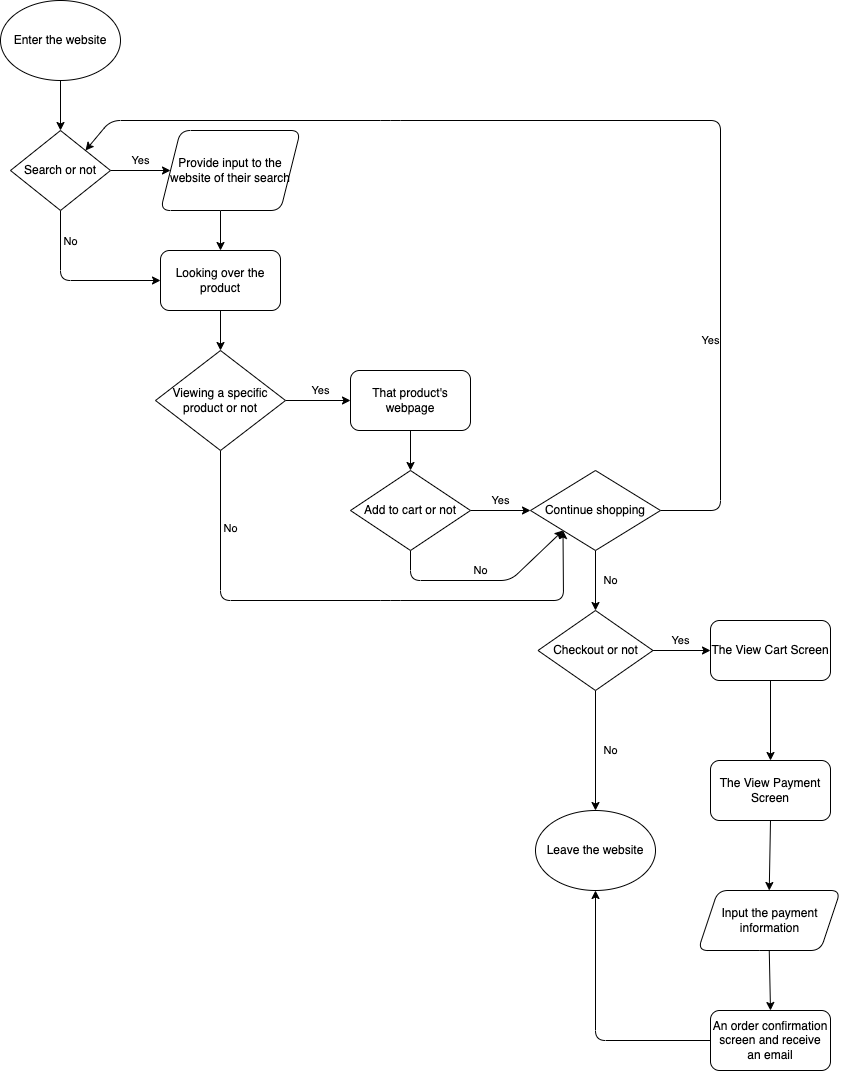
Earlier version of the draw.io export explore/diagramming/diagram.drawio.png (VickyShu/fa22-cse110-lab4). Source tidied: cells renumbered, new cells last; positions are measured from the earlier drawing's top-left corner, leaving out a move shared by most shapes.
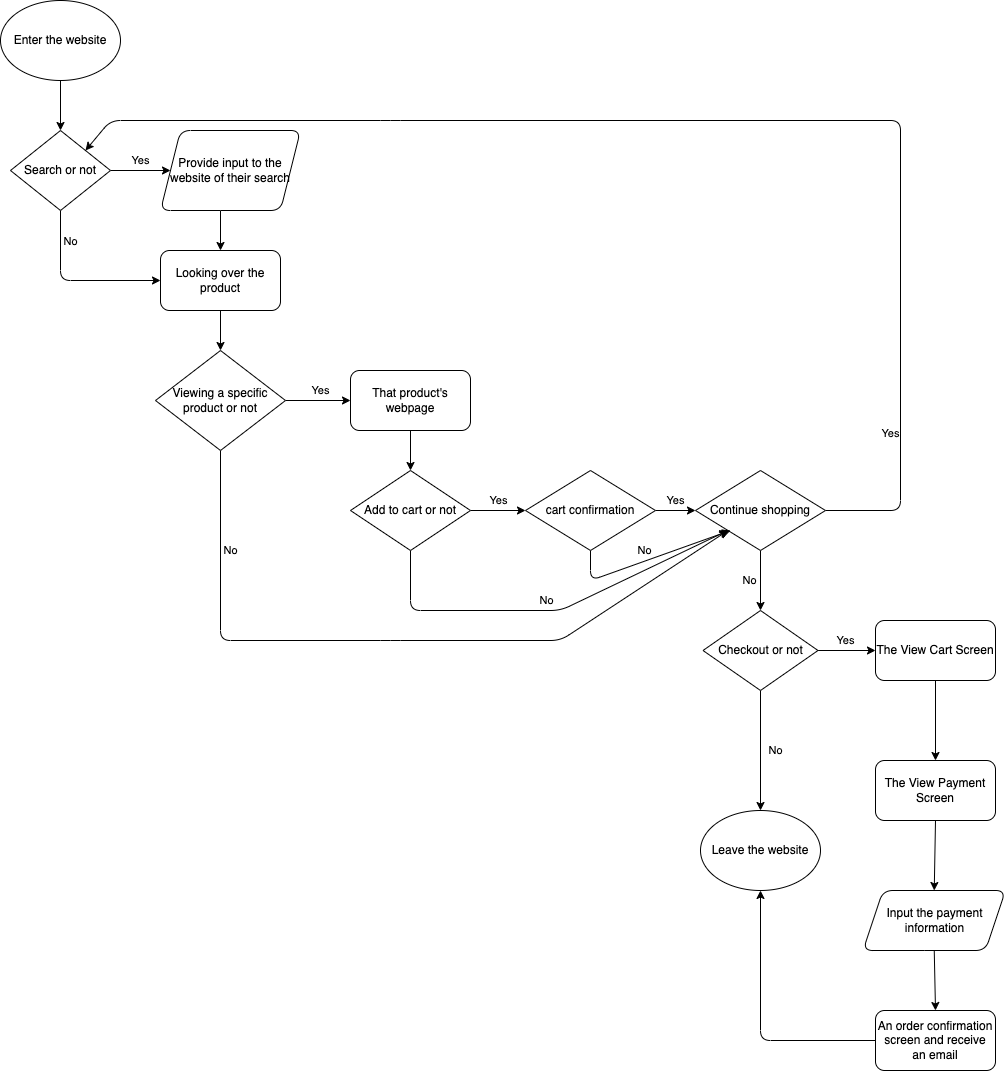
After the change.

Diff of the diagram source:
```diff
@@ -42,9 +42,9 @@
     <mxCell id="12" value="No" style="edgeStyle=none;html=1;exitX=0.5;exitY=1;exitDx=0;exitDy=0;entryX=0;entryY=1;entryDx=0;entryDy=0;" parent="1" edge="1" source="13" target="21">
       <mxGeometry x="-0.73" y="10" relative="1" as="geometry">
         <Array as="points">
-          <mxPoint x="220" y="600" />
-          <mxPoint x="390" y="600" />
-          <mxPoint x="563" y="600" />
+          <mxPoint x="220" y="640" />
+          <mxPoint x="390" y="640" />
+          <mxPoint x="560" y="640" />
         </Array>
       </mxGeometry>
     </mxCell>
@@ -57,14 +57,14 @@
     <mxCell id="15" value="That product's webpage" style="rounded=1;whiteSpace=wrap;html=1;" parent="1" vertex="1">
       <mxGeometry x="350" y="370" width="120" height="60" as="geometry" />
     </mxCell>
-    <mxCell id="16" value="Yes" style="edgeStyle=none;html=1;exitX=1;exitY=0.5;exitDx=0;exitDy=0;entryX=0;entryY=0.5;entryDx=0;entryDy=0;" parent="1" edge="1" source="18" target="21">
+    <mxCell id="16" value="Yes" style="edgeStyle=none;html=1;exitX=1;exitY=0.5;exitDx=0;exitDy=0;entryX=0;entryY=0.5;entryDx=0;entryDy=0;" parent="1" edge="1" source="18" target="36">
       <mxGeometry y="10" relative="1" as="geometry" />
     </mxCell>
     <mxCell id="17" value="No" style="edgeStyle=none;html=1;exitX=0.5;exitY=1;exitDx=0;exitDy=0;entryX=0;entryY=1;entryDx=0;entryDy=0;" parent="1" edge="1" source="18" target="21">
       <mxGeometry x="-0.01" y="10" relative="1" as="geometry">
         <Array as="points">
-          <mxPoint x="410" y="580" />
-          <mxPoint x="510" y="580" />
+          <mxPoint x="410" y="610" />
+          <mxPoint x="560" y="610" />
         </Array>
       </mxGeometry>
     </mxCell>
@@ -72,20 +72,21 @@
       <mxGeometry x="350" y="470" width="120" height="80" as="geometry" />
     </mxCell>
     <mxCell id="19" value="Yes" style="edgeStyle=none;html=1;exitX=1;exitY=0.5;exitDx=0;exitDy=0;entryX=1;entryY=0;entryDx=0;entryDy=0;" parent="1" edge="1" source="21" target="6">
-      <mxGeometry x="-0.58" y="10" relative="1" as="geometry">
+      <mxGeometry x="-0.76" y="10" relative="1" as="geometry">
         <Array as="points">
-          <mxPoint x="720" y="510" />
-          <mxPoint x="720" y="120" />
+          <mxPoint x="900" y="510" />
+          <mxPoint x="900" y="120" />
           <mxPoint x="390" y="120" />
           <mxPoint x="110" y="120" />
         </Array>
+        <mxPoint y="1" as="offset" />
       </mxGeometry>
     </mxCell>
     <mxCell id="20" value="No" style="edgeStyle=none;html=1;exitX=0.5;exitY=1;exitDx=0;exitDy=0;entryX=0.5;entryY=0;entryDx=0;entryDy=0;" parent="1" edge="1" source="21" target="24">
-      <mxGeometry y="15" relative="1" as="geometry" />
+      <mxGeometry x="0.02" y="-11" relative="1" as="geometry" />
     </mxCell>
     <mxCell id="21" value="Continue shopping" style="rhombus;whiteSpace=wrap;html=1;rounded=0;" parent="1" vertex="1">
-      <mxGeometry x="530" y="470" width="130" height="80" as="geometry" />
+      <mxGeometry x="695" y="470" width="130" height="80" as="geometry" />
     </mxCell>
     <mxCell id="22" value="Yes" style="edgeStyle=none;html=1;exitX=1;exitY=0.5;exitDx=0;exitDy=0;entryX=0;entryY=0.5;entryDx=0;entryDy=0;" parent="1" edge="1" source="24" target="26">
       <mxGeometry x="-0.04" y="10" relative="1" as="geometry" />
@@ -94,38 +95,52 @@
       <mxGeometry y="15" relative="1" as="geometry" />
     </mxCell>
     <mxCell id="24" value="Checkout or not" style="rhombus;whiteSpace=wrap;html=1;rounded=0;" parent="1" vertex="1">
-      <mxGeometry x="537.5" y="610" width="115" height="80" as="geometry" />
+      <mxGeometry x="702.5" y="610" width="115" height="80" as="geometry" />
     </mxCell>
     <mxCell id="25" style="edgeStyle=none;html=1;exitX=0.5;exitY=1;exitDx=0;exitDy=0;entryX=0.5;entryY=0;entryDx=0;entryDy=0;" parent="1" edge="1" source="26" target="29">
       <mxGeometry relative="1" as="geometry" />
     </mxCell>
     <mxCell id="26" value="The View Cart Screen" style="rounded=1;whiteSpace=wrap;html=1;" parent="1" vertex="1">
-      <mxGeometry x="710" y="620" width="120" height="60" as="geometry" />
+      <mxGeometry x="875" y="620" width="120" height="60" as="geometry" />
     </mxCell>
     <mxCell id="27" value="Leave the website" style="ellipse;whiteSpace=wrap;html=1;rounded=0;" parent="1" vertex="1">
-      <mxGeometry x="535" y="810" width="120" height="80" as="geometry" />
+      <mxGeometry x="700" y="810" width="120" height="80" as="geometry" />
     </mxCell>
     <mxCell id="28" style="edgeStyle=none;html=1;exitX=0.5;exitY=1;exitDx=0;exitDy=0;entryX=0.5;entryY=0;entryDx=0;entryDy=0;" parent="1" edge="1" source="29" target="31">
       <mxGeometry relative="1" as="geometry" />
     </mxCell>
     <mxCell id="29" value="The View Payment Screen" style="rounded=1;whiteSpace=wrap;html=1;" parent="1" vertex="1">
-      <mxGeometry x="710" y="760" width="120" height="60" as="geometry" />
+      <mxGeometry x="875" y="760" width="120" height="60" as="geometry" />
     </mxCell>
     <mxCell id="30" style="edgeStyle=none;html=1;exitX=0.5;exitY=1;exitDx=0;exitDy=0;entryX=0.5;entryY=0;entryDx=0;entryDy=0;" parent="1" edge="1" source="31" target="33">
       <mxGeometry relative="1" as="geometry" />
     </mxCell>
     <mxCell id="31" value="Input the payment information" style="shape=parallelogram;perimeter=parallelogramPerimeter;whiteSpace=wrap;html=1;fixedSize=1;rounded=1;" parent="1" vertex="1">
-      <mxGeometry x="697.5" y="890" width="142.5" height="60" as="geometry" />
+      <mxGeometry x="862.5" y="890" width="142.5" height="60" as="geometry" />
     </mxCell>
     <mxCell id="32" style="edgeStyle=none;html=1;exitX=0;exitY=0.5;exitDx=0;exitDy=0;entryX=0.5;entryY=1;entryDx=0;entryDy=0;" parent="1" edge="1" source="33" target="27">
       <mxGeometry relative="1" as="geometry">
         <Array as="points">
-          <mxPoint x="595" y="1040" />
+          <mxPoint x="760" y="1040" />
         </Array>
       </mxGeometry>
     </mxCell>
     <mxCell id="33" value="An order confirmation screen and receive an email" style="rounded=1;whiteSpace=wrap;html=1;" parent="1" vertex="1">
-      <mxGeometry x="710" y="1010" width="120" height="60" as="geometry" />
+      <mxGeometry x="875" y="1010" width="120" height="60" as="geometry" />
     </mxCell>
+    <mxCell id="34" value="Yes" style="edgeStyle=none;html=1;exitX=1;exitY=0.5;exitDx=0;exitDy=0;entryX=0;entryY=0.5;entryDx=0;entryDy=0;" parent="1" edge="1" source="36" target="21">
+      <mxGeometry x="0.02" y="10" relative="1" as="geometry" />
+    </mxCell>
+    <mxCell id="35" value="No" style="edgeStyle=none;html=1;exitX=0.5;exitY=1;exitDx=0;exitDy=0;" parent="1" edge="1" source="36">
+      <mxGeometry x="0.02" y="10" relative="1" as="geometry">
+        <mxPoint x="730" y="530" as="targetPoint" />
+        <Array as="points">
+          <mxPoint x="590" y="580" />
+        </Array>
+      </mxGeometry>
+    </mxCell>
+    <mxCell id="36" value="cart confirmation" style="rhombus;whiteSpace=wrap;html=1;" parent="1" vertex="1">
+      <mxGeometry x="525" y="470" width="130" height="80" as="geometry" />
+    </mxCell>
   </root>
 </mxGraphModel>
```
